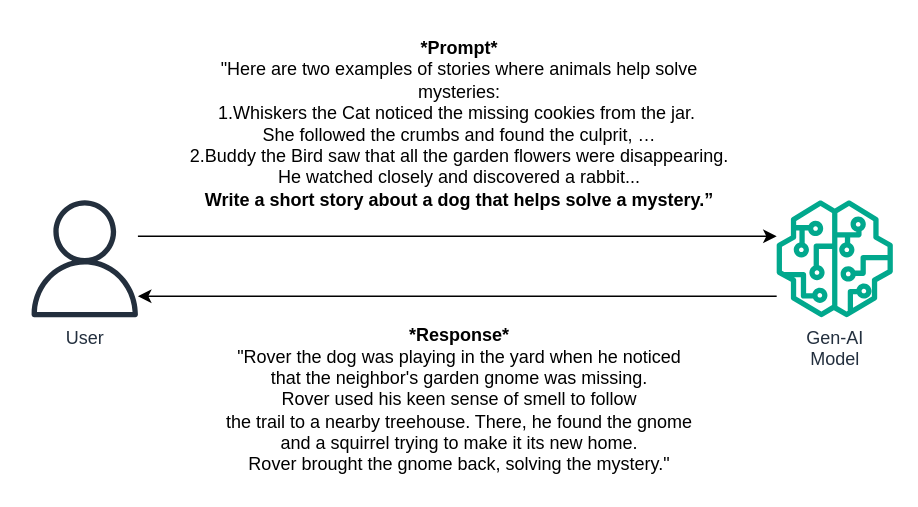
The draw.io diagram Diagrams/Machine Learning/PromptEngineeringTechniquesFewShotsPrompting.drawio in jeftegoes/AwsOverview, before the edit. Source tidied: cells renumbered, new cells numbered last; positions are measured from the earlier drawing's top-left corner, leaving out a move shared by most shapes. Both pictures are drawn from the tidied source at 150%, with x=0, y=0 at pixel (26, 26).
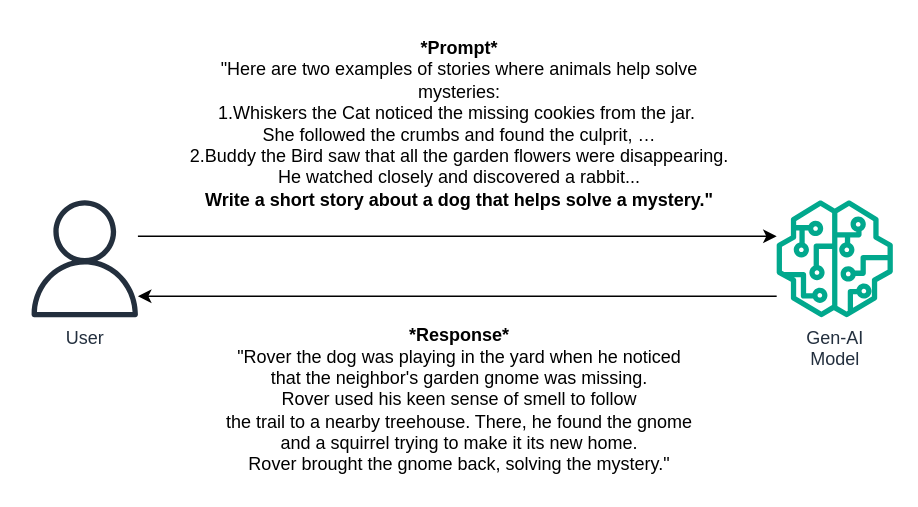
After the change.

What changed in the source:
```diff
@@
 <mxGraphModel>
   <root>
     <mxCell id="0" />
     <mxCell id="1" parent="0" />
     <mxCell id="2" style="edgeStyle=orthogonalEdgeStyle;rounded=0;jettySize=auto;html=1;" parent="1" edge="1" source="3" target="5">
       <mxGeometry relative="1" as="geometry">
         <Array as="points">
           <mxPoint x="290" y="140" />
           <mxPoint x="290" y="140" />
         </Array>
       </mxGeometry>
     </mxCell>
     <mxCell id="3" value="User" style="sketch=0;outlineConnect=0;fontColor=#232F3E;gradientColor=none;fillColor=#232F3D;strokeColor=none;dashed=0;verticalLabelPosition=bottom;verticalAlign=top;align=center;html=1;fontSize=12;fontStyle=0;shape=mxgraph.aws4.user;" parent="1" vertex="1">
       <mxGeometry y="116" width="78" height="78" as="geometry" />
     </mxCell>
     <mxCell id="4" style="edgeStyle=orthogonalEdgeStyle;rounded=0;jettySize=auto;html=1;" parent="1" edge="1" source="5" target="3">
       <mxGeometry relative="1" as="geometry">
         <Array as="points">
           <mxPoint x="290" y="180" />
           <mxPoint x="290" y="180" />
         </Array>
       </mxGeometry>
     </mxCell>
     <mxCell id="5" value="&lt;div&gt;Gen-AI&lt;/div&gt;&lt;div&gt;Model&lt;/div&gt;" style="sketch=0;outlineConnect=0;fontColor=#232F3E;gradientColor=none;fillColor=#01A88D;strokeColor=none;dashed=0;verticalLabelPosition=bottom;verticalAlign=top;align=center;html=1;fontSize=12;fontStyle=0;shape=mxgraph.aws4.sagemaker_model;" parent="1" vertex="1">
       <mxGeometry x="500" y="116" width="78" height="78" as="geometry" />
     </mxCell>
-    <mxCell id="6" value="&lt;div&gt;&lt;b&gt;*Prompt*&lt;/b&gt;&lt;/div&gt;&lt;div&gt;&quot;Here are two examples of stories where animals help solve mysteries:&lt;/div&gt;&lt;div&gt;1.Whiskers the Cat noticed the missing cookies from the jar.&amp;nbsp;&lt;/div&gt;&lt;div&gt;She followed the crumbs and found the culprit, …&lt;/div&gt;&lt;div&gt;2.Buddy the Bird saw that all the garden flowers were disappearing.&lt;/div&gt;&lt;div&gt;He watched closely and discovered a rabbit...&lt;/div&gt;&lt;div&gt;&lt;b&gt;Write a short story about a dog that helps solve a mystery.”&lt;/b&gt;&lt;/div&gt;" style="text;html=1;whiteSpace=wrap;strokeColor=none;fillColor=none;align=center;verticalAlign=middle;rounded=0;" parent="1" vertex="1">
+    <mxCell id="6" value="&lt;div&gt;&lt;b&gt;*Prompt*&lt;/b&gt;&lt;/div&gt;&lt;div&gt;&quot;Here are two examples of stories where animals help solve mysteries:&lt;/div&gt;&lt;div&gt;1.Whiskers the Cat noticed the missing cookies from the jar.&amp;nbsp;&lt;/div&gt;&lt;div&gt;She followed the crumbs and found the culprit, …&lt;/div&gt;&lt;div&gt;2.Buddy the Bird saw that all the garden flowers were disappearing.&lt;/div&gt;&lt;div&gt;He watched closely and discovered a rabbit...&lt;/div&gt;&lt;div&gt;&lt;b&gt;Write a short story about a dog that helps solve a mystery.&quot;&lt;/b&gt;&lt;/div&gt;" style="text;html=1;whiteSpace=wrap;strokeColor=none;fillColor=none;align=center;verticalAlign=middle;rounded=0;" parent="1" vertex="1">
       <mxGeometry x="104" width="370" height="130" as="geometry" />
     </mxCell>
     <mxCell id="7" value="&lt;b&gt;*Response*&lt;/b&gt;&lt;div&gt;&quot;Rover the dog was playing in the yard when he noticed &lt;br&gt;that the neighbor's garden gnome was missing. &lt;br&gt;Rover used his keen sense of smell to follow &lt;br&gt;the trail to a nearby treehouse. There, he found the gnome &lt;br&gt;and a squirrel trying to make it its new home. &lt;br&gt;Rover brought the gnome back, solving the mystery.&quot;&lt;/div&gt;" style="text;html=1;whiteSpace=wrap;strokeColor=none;fillColor=none;align=center;verticalAlign=middle;rounded=0;" parent="1" vertex="1">
       <mxGeometry x="114" y="194" width="350" height="110" as="geometry" />
     </mxCell>
   </root>
 </mxGraphModel>
```
